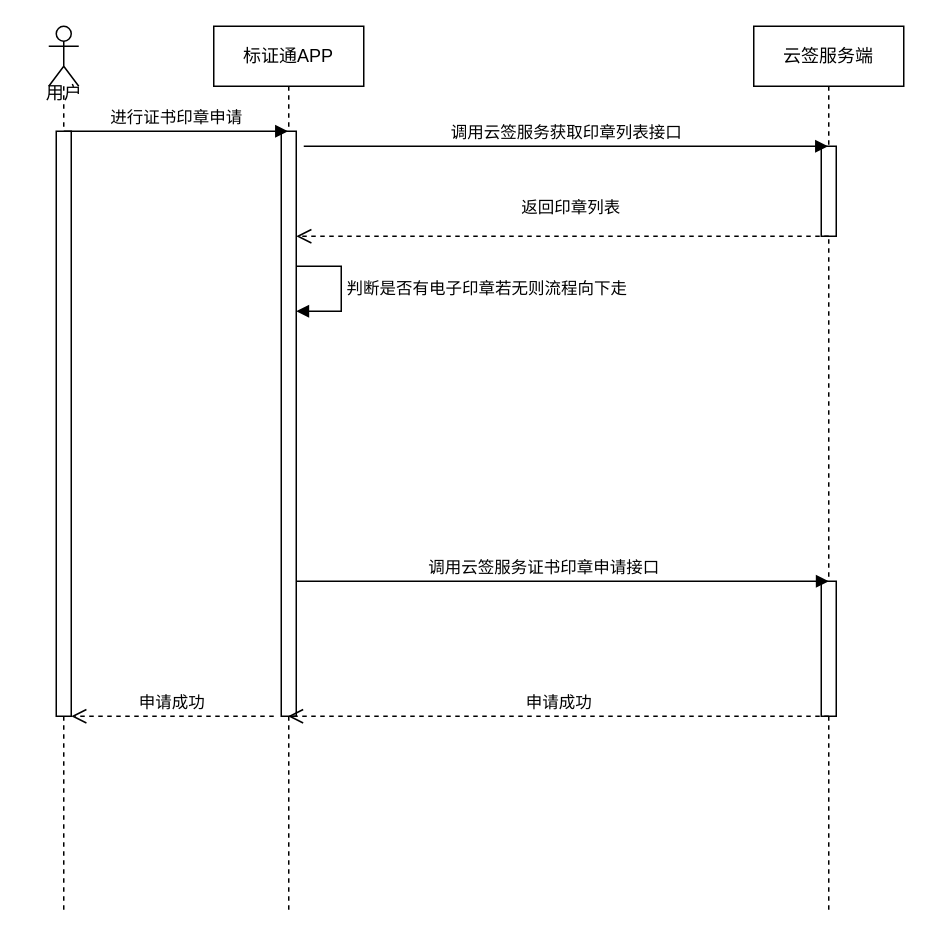
Above: 标证通-云签采集.drawio in ljhaust/ssmstudy (draw.io), before the change. Source tidied: cells renumbered, new cells numbered last; positions are measured from the earlier drawing's top-left corner, leaving out a move shared by most shapes. Both pictures are drawn from the tidied source at 150%, with x=0, y=0 at pixel (26, 26).
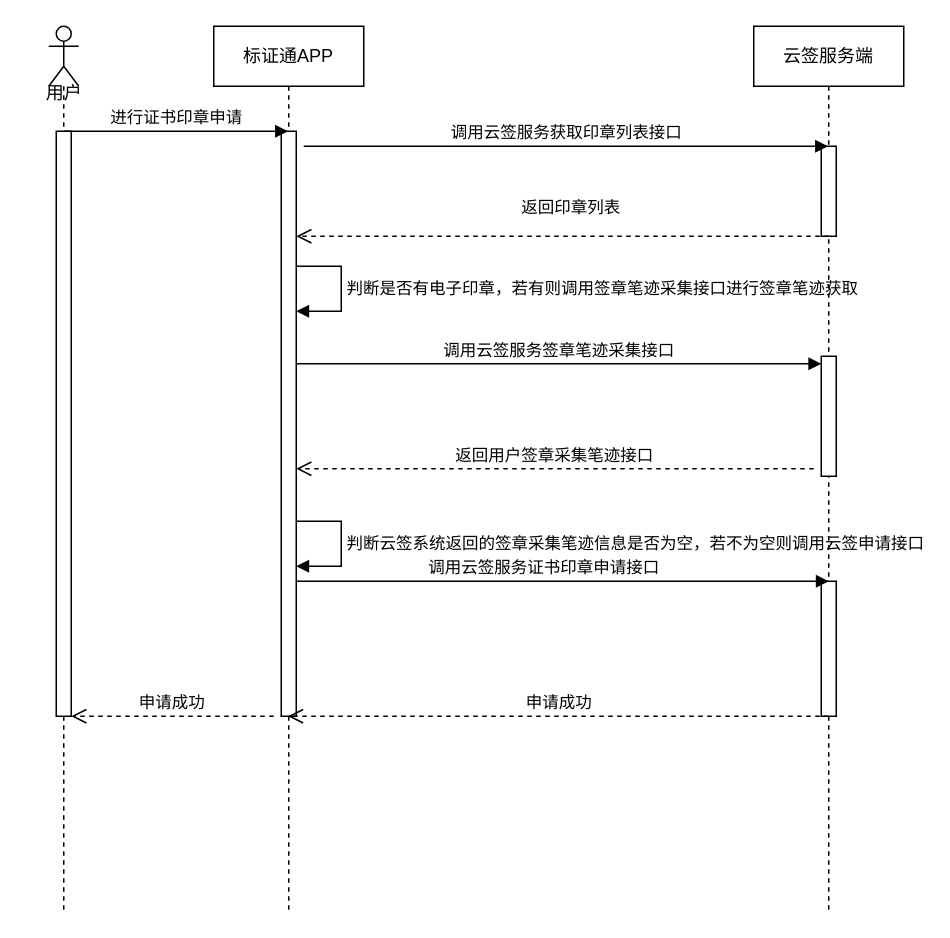
The same diagram, later.

Commit message:
更新标证通-云签采集.drawio

The change refers to these unchanged cells:
```xml
<mxCell id="2" value="标证通APP" style="shape=umlLifeline;perimeter=lifelinePerimeter;whiteSpace=wrap;html=1;outlineConnect=0;portConstraint=eastwest;newEdgeStyle={&quot;edgeStyle&quot;:&quot;elbowEdgeStyle&quot;,&quot;elbow&quot;:&quot;vertical&quot;,&quot;curved&quot;:0,&quot;rounded&quot;:0};" parent="1" vertex="1">
  <mxGeometry x="125" width="100" height="590" as="geometry" />
</mxCell>
<mxCell id="3" style="html=1;points=[];perimeter=orthogonalPerimeter;outlineConnect=0;targetShapes=umlLifeline;portConstraint=eastwest;newEdgeStyle={&quot;edgeStyle&quot;:&quot;elbowEdgeStyle&quot;,&quot;elbow&quot;:&quot;vertical&quot;,&quot;curved&quot;:0,&quot;rounded&quot;:0};" parent="2" vertex="1">
  <mxGeometry x="45" y="70" width="10" height="390" as="geometry" />
</mxCell>
<mxCell id="5" value="云签服务端" style="shape=umlLifeline;perimeter=lifelinePerimeter;whiteSpace=wrap;html=1;outlineConnect=0;portConstraint=eastwest;newEdgeStyle={&quot;edgeStyle&quot;:&quot;elbowEdgeStyle&quot;,&quot;elbow&quot;:&quot;vertical&quot;,&quot;curved&quot;:0,&quot;rounded&quot;:0};" parent="1" vertex="1">
  <mxGeometry x="485" width="100" height="590" as="geometry" />
</mxCell>
```

The edit, as a diff of the source:
```diff
@@
-    <mxCell id="4" value="判断是否有电子印章若无则流程向下走" style="html=1;align=left;spacingLeft=2;endArrow=block;rounded=0;edgeStyle=orthogonalEdgeStyle;curved=0;rounded=0;" parent="2" edge="1">
+    <mxCell id="4" value="判断是否有电子印章，若有则调用签章笔迹采集接口进行签章笔迹获取" style="html=1;align=left;spacingLeft=2;endArrow=block;rounded=0;edgeStyle=orthogonalEdgeStyle;curved=0;rounded=0;" parent="2" edge="1">
       <mxGeometry relative="1" as="geometry">
         <mxPoint x="55" y="160" as="sourcePoint" />
         <mxPoint x="55" y="190" as="targetPoint" />
         <Array as="points">
           <mxPoint x="85" y="190" />
         </Array>
       </mxGeometry>
     </mxCell>
+    <mxCell id="17" value="判断云签系统返回的签章采集笔迹信息是否为空，若不为空则调用云签申请接口" style="html=1;align=left;spacingLeft=2;endArrow=block;rounded=0;edgeStyle=orthogonalEdgeStyle;curved=0;rounded=0;" parent="2" edge="1" target="3">
+      <mxGeometry relative="1" as="geometry">
+        <mxPoint x="55" y="330" as="sourcePoint" />
+        <Array as="points">
+          <mxPoint x="85" y="330" />
+          <mxPoint x="85" y="360" />
+        </Array>
+      </mxGeometry>
+    </mxCell>
@@
+    <mxCell id="18" style="html=1;points=[[0,0,0,0,5],[0,1,0,0,-5],[1,0,0,0,5],[1,1,0,0,-5]];perimeter=orthogonalPerimeter;outlineConnect=0;targetShapes=umlLifeline;portConstraint=eastwest;newEdgeStyle={&quot;curved&quot;:0,&quot;rounded&quot;:0};" parent="5" vertex="1">
+      <mxGeometry x="45" y="220" width="10" height="80" as="geometry" />
+    </mxCell>
@@
+    <mxCell id="19" value="调用云签服务签章笔迹采集接口" style="html=1;verticalAlign=bottom;endArrow=block;curved=0;rounded=0;entryX=0;entryY=0;entryDx=0;entryDy=5;" parent="1" edge="1" source="3" target="18">
+      <mxGeometry relative="1" as="geometry" />
+    </mxCell>
+    <mxCell id="20" value="返回用户签章采集笔迹接口" style="html=1;verticalAlign=bottom;endArrow=open;dashed=1;endSize=8;curved=0;rounded=0;" parent="1" edge="1" target="3">
+      <mxGeometry relative="1" as="geometry">
+        <mxPoint x="525" y="295" as="sourcePoint" />
+      </mxGeometry>
+    </mxCell>
```
